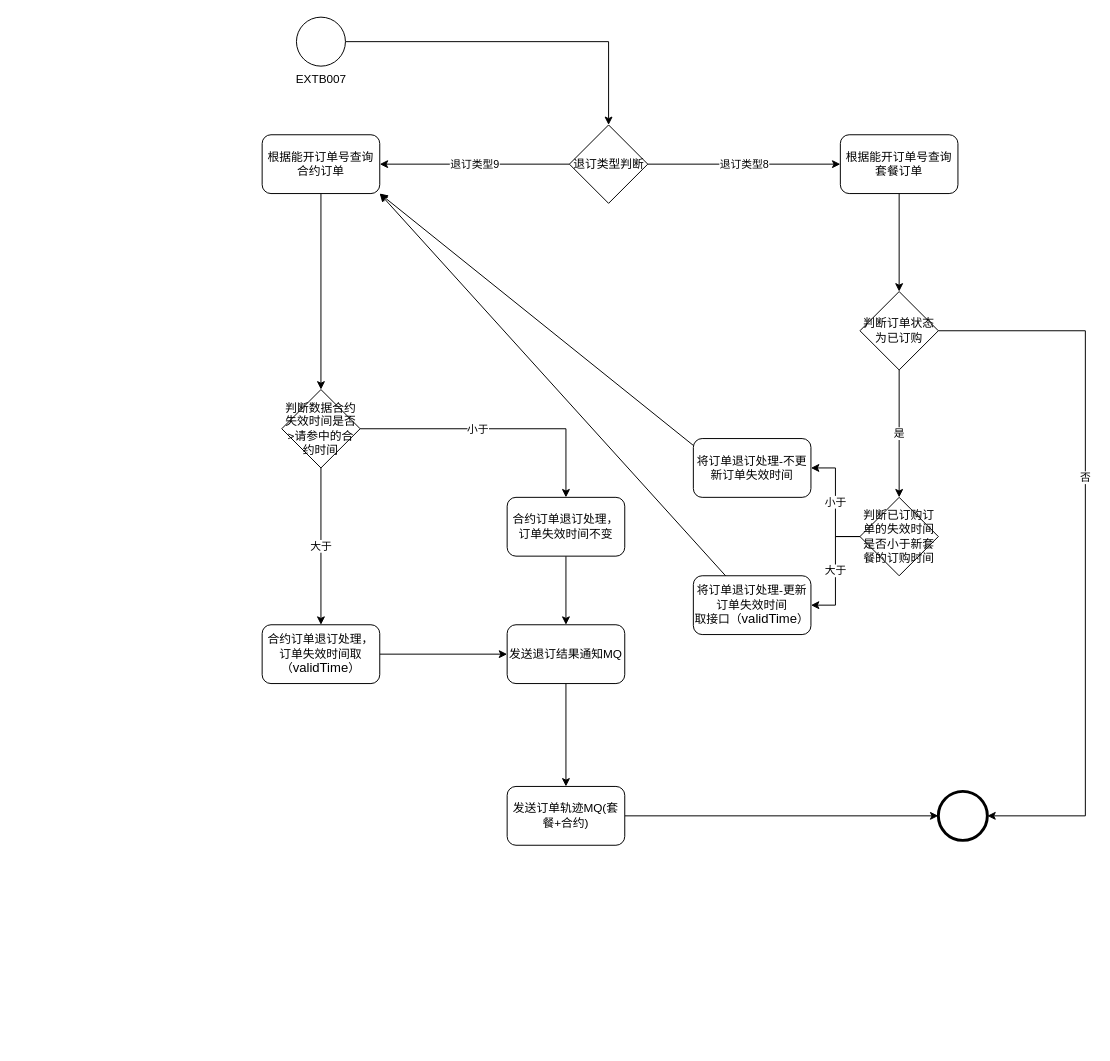
This is page "套餐+合约的退订" (2 of 3) of 套餐+权益.drawio from moshan123/draw, a draw.io file, before an edit. Source tidied: cells renumbered, new cells numbered last; positions are measured from the earlier drawing's top-left corner, leaving out a move shared by most shapes. Both pictures are drawn from the tidied source at 98%, with x=0, y=0 at pixel (262, 17).
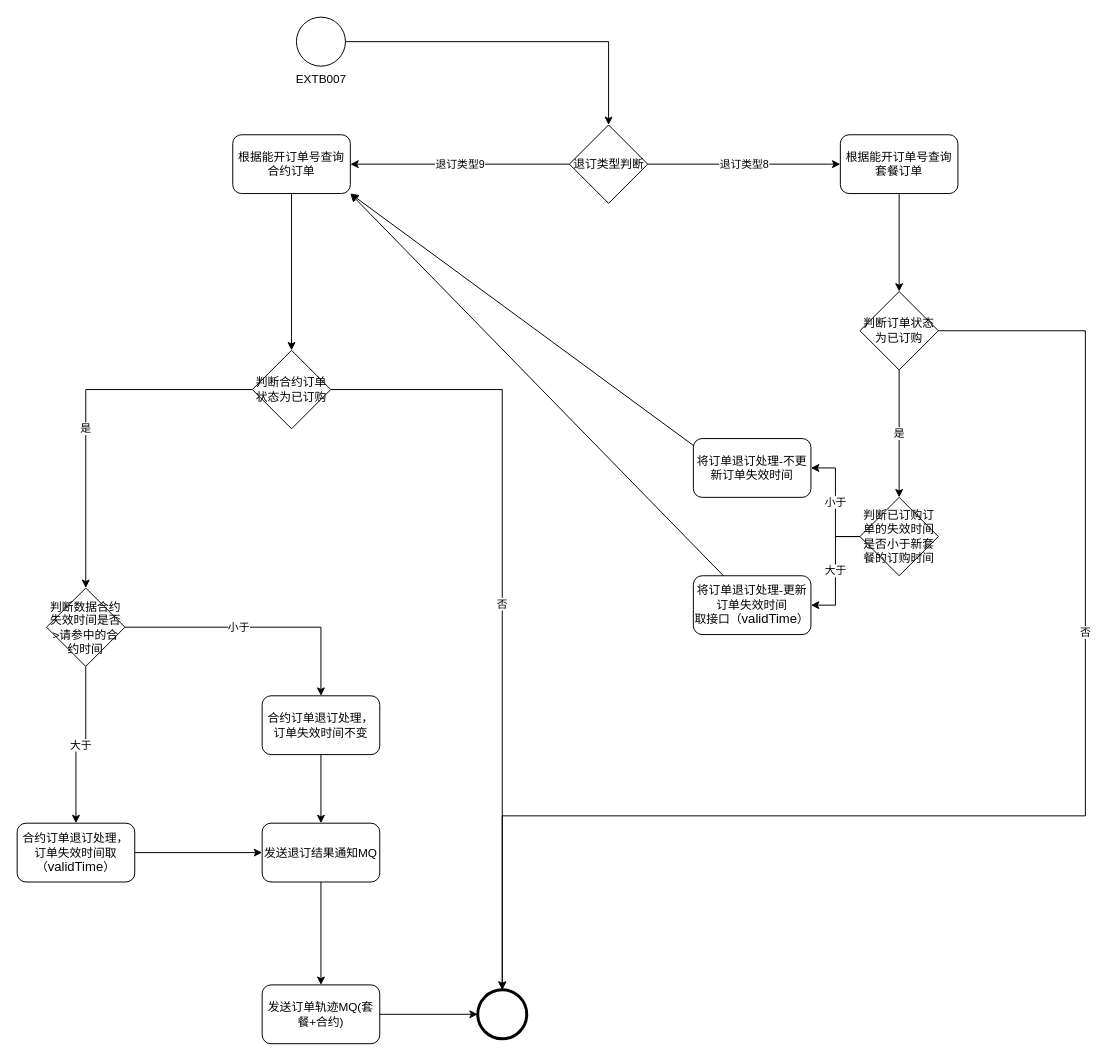
The same diagram, later.

The edit, as a diff of the source:
```diff
@@
     <mxCell id="4" style="shape=mxgraph.bpmn.shape;html=1;verticalLabelPosition=bottom;labelBackgroundColor=#ffffff;verticalAlign=top;align=center;perimeter=ellipsePerimeter;outlineConnect=0;outline=end;symbol=general;" parent="1" vertex="1">
-      <mxGeometry x="690" y="790" width="50" height="50" as="geometry" />
+      <mxGeometry x="220" y="992.5" width="50" height="50" as="geometry" />
     </mxCell>
@@
-    <mxCell id="8" style="edgeStyle=orthogonalEdgeStyle;rounded=0;jettySize=auto;html=1;" parent="1" edge="1" source="9" target="21">
-      <mxGeometry relative="1" as="geometry" />
-    </mxCell>
+    <mxCell id="35" style="edgeStyle=orthogonalEdgeStyle;rounded=0;jettySize=auto;html=1;" parent="1" edge="1" source="9" target="38">
+      <mxGeometry relative="1" as="geometry" />
+    </mxCell>
     <mxCell id="9" value="根据能开订单号查询合约订单" style="rounded=1;whiteSpace=wrap;html=1;" parent="1" vertex="1">
-      <mxGeometry y="120" width="120" height="60" as="geometry" />
+      <mxGeometry x="-30" y="120" width="120" height="60" as="geometry" />
     </mxCell>
@@
     <mxCell id="21" value="判断数据合约失效时间是否&amp;gt;请参中的合约时间" style="rhombus;whiteSpace=wrap;html=1;" parent="1" vertex="1">
-      <mxGeometry x="20" y="380" width="80" height="80" as="geometry" />
+      <mxGeometry x="-220" y="582.5" width="80" height="80" as="geometry" />
     </mxCell>
@@
     <mxCell id="23" value="合约订单退订处理，订单失效时间取（&lt;span lang=&quot;EN-US&quot; style=&quot;font-size: 10pt ; font-family: &amp;#34;calibri&amp;#34; , sans-serif&quot;&gt;validTime&lt;/span&gt;）" style="rounded=1;whiteSpace=wrap;html=1;" parent="1" vertex="1">
-      <mxGeometry y="620" width="120" height="60" as="geometry" />
+      <mxGeometry x="-250" y="822.5" width="120" height="60" as="geometry" />
     </mxCell>
@@
     <mxCell id="25" value="发送退订结果通知MQ" style="rounded=1;whiteSpace=wrap;html=1;" parent="1" vertex="1">
-      <mxGeometry x="250" y="620" width="120" height="60" as="geometry" />
+      <mxGeometry y="822.5" width="120" height="60" as="geometry" />
     </mxCell>
@@
     <mxCell id="27" value="发送订单轨迹MQ(套餐+合约)" style="rounded=1;whiteSpace=wrap;html=1;" parent="1" vertex="1">
-      <mxGeometry x="250" y="785" width="120" height="60" as="geometry" />
+      <mxGeometry y="987.5" width="120" height="60" as="geometry" />
     </mxCell>
@@
     <mxCell id="34" value="&lt;span&gt;合约订单退订处理，订单失效时间不变&lt;/span&gt;" style="rounded=1;whiteSpace=wrap;html=1;" parent="1" vertex="1">
-      <mxGeometry x="250" y="490" width="120" height="60" as="geometry" />
+      <mxGeometry y="692.5" width="120" height="60" as="geometry" />
     </mxCell>
+    <mxCell id="36" value="是" style="edgeStyle=orthogonalEdgeStyle;rounded=0;jettySize=auto;html=1;" parent="1" edge="1" source="38" target="21">
+      <mxGeometry x="0.13" relative="1" as="geometry" />
+    </mxCell>
+    <mxCell id="37" value="否" style="edgeStyle=orthogonalEdgeStyle;rounded=0;jettySize=auto;html=1;" parent="1" edge="1" source="38" target="4">
+      <mxGeometry relative="1" as="geometry" />
+    </mxCell>
+    <mxCell id="38" value="判断合约订单状态为已订购" style="rhombus;whiteSpace=wrap;html=1;" parent="1" vertex="1">
+      <mxGeometry x="-10" y="340" width="80" height="80" as="geometry" />
+    </mxCell>
```
